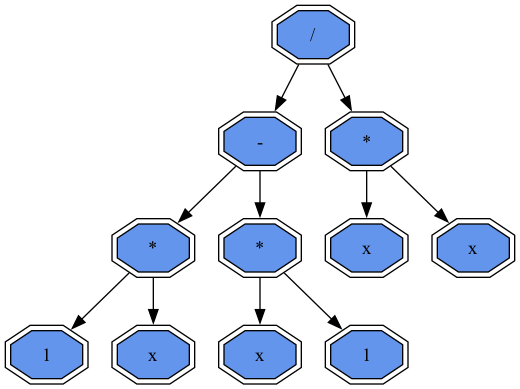
Before: calculated.png, a diagram exported from Graphviz (Pave2005/differential). Its source is kept beside it as calculated.dot. Source of this version:
```dot
digraph G {
node [shape = record];
 6274040700  6274040700 [shape = doubleoctagon, style = filled, fillcolor = cornflowerblue  label = " / "];
6274040700 -> 6274040500
 6274040700 -> 6274040640
 6274040500 [shape = doubleoctagon, style = filled, fillcolor = cornflowerblue  label = " - "];
6274040500 -> 6274040300
 6274040500 -> 6274040440
 6274040300 [shape = doubleoctagon, style = filled, fillcolor = cornflowerblue  label = " * "];
6274040300 -> 6274040200
 6274040300 -> 6274040240
 6274040200 [shape = doubleoctagon, style = filled, fillcolor = cornflowerblue  label = " 1 "];
 6274040240 [shape = doubleoctagon, style = filled, fillcolor = cornflowerblue  label = " x "];
 6274040440 [shape = doubleoctagon, style = filled, fillcolor = cornflowerblue  label = " * "];
6274040440 -> 6274040340
 6274040440 -> 6274040400
 6274040340 [shape = doubleoctagon, style = filled, fillcolor = cornflowerblue  label = " x "];
 6274040400 [shape = doubleoctagon, style = filled, fillcolor = cornflowerblue  label = " 1 "];
 6274040640 [shape = doubleoctagon, style = filled, fillcolor = cornflowerblue  label = " * "];
6274040640 -> 6274040540
 6274040640 -> 6274040600
 6274040540 [shape = doubleoctagon, style = filled, fillcolor = cornflowerblue  label = " x "];
 6274040600 [shape = doubleoctagon, style = filled, fillcolor = cornflowerblue  label = " x "];
}
```
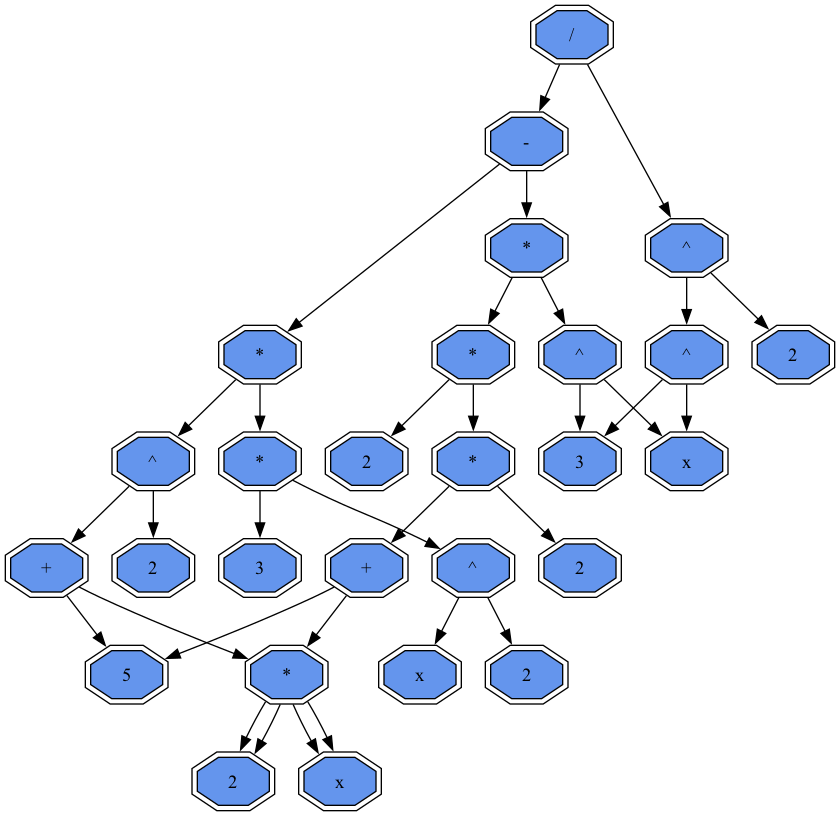
The same diagram one commit later.

The edit, as a diff of the source:
```diff
@@ -1,24 +1,68 @@
 digraph G {
 node [shape = record];
- 6274040700  6274040700 [shape = doubleoctagon, style = filled, fillcolor = cornflowerblue  label = " / "];
-6274040700 -> 6274040500
- 6274040700 -> 6274040640
- 6274040500 [shape = doubleoctagon, style = filled, fillcolor = cornflowerblue  label = " - "];
-6274040500 -> 6274040300
- 6274040500 -> 6274040440
- 6274040300 [shape = doubleoctagon, style = filled, fillcolor = cornflowerblue  label = " * "];
-6274040300 -> 6274040200
- 6274040300 -> 6274040240
- 6274040200 [shape = doubleoctagon, style = filled, fillcolor = cornflowerblue  label = " 1 "];
- 6274040240 [shape = doubleoctagon, style = filled, fillcolor = cornflowerblue  label = " x "];
- 6274040440 [shape = doubleoctagon, style = filled, fillcolor = cornflowerblue  label = " * "];
-6274040440 -> 6274040340
- 6274040440 -> 6274040400
- 6274040340 [shape = doubleoctagon, style = filled, fillcolor = cornflowerblue  label = " x "];
- 6274040400 [shape = doubleoctagon, style = filled, fillcolor = cornflowerblue  label = " 1 "];
- 6274040640 [shape = doubleoctagon, style = filled, fillcolor = cornflowerblue  label = " * "];
-6274040640 -> 6274040540
- 6274040640 -> 6274040600
- 6274040540 [shape = doubleoctagon, style = filled, fillcolor = cornflowerblue  label = " x "];
- 6274040600 [shape = doubleoctagon, style = filled, fillcolor = cornflowerblue  label = " x "];
+ 13334042300  13334042300 [shape = doubleoctagon, style = filled, fillcolor = cornflowerblue  label = " / "];
+13334042300 -> 13334042100
+ 13334042300 -> 13334042240
+ 13334042100 [shape = doubleoctagon, style = filled, fillcolor = cornflowerblue  label = " - "];
+13334042100 -> 13334041300
+ 13334042100 -> 13334042040
+ 13334041300 [shape = doubleoctagon, style = filled, fillcolor = cornflowerblue  label = " * "];
+13334041300 -> 13334041200
+ 13334041300 -> 13334041240
+ 13334041200 [shape = doubleoctagon, style = filled, fillcolor = cornflowerblue  label = " * "];
+13334041200 -> 13334040200
+ 13334041200 -> 13334041140
+ 13334040200 [shape = doubleoctagon, style = filled, fillcolor = cornflowerblue  label = " 2 "];
+ 13334041140 [shape = doubleoctagon, style = filled, fillcolor = cornflowerblue  label = " * "];
+13334041140 -> 13334040440
+ 13334041140 -> 13334041100
+ 13334040440 [shape = doubleoctagon, style = filled, fillcolor = cornflowerblue  label = " + "];
+13334040440 -> 13330057540
+ 13334040440 -> 13330056260
+ 13330057540 [shape = doubleoctagon, style = filled, fillcolor = cornflowerblue  label = " * "];
+13330057540 -> 13330057300
+ 13330057540 -> 13330057340
+ 13330057300 [shape = doubleoctagon, style = filled, fillcolor = cornflowerblue  label = " 2 "];
+ 13330057340 [shape = doubleoctagon, style = filled, fillcolor = cornflowerblue  label = " x "];
+ 13330056260 [shape = doubleoctagon, style = filled, fillcolor = cornflowerblue  label = " 5 "];
+ 13334041100 [shape = doubleoctagon, style = filled, fillcolor = cornflowerblue  label = " 2 "];
+ 13334041240 [shape = doubleoctagon, style = filled, fillcolor = cornflowerblue  label = " ^ "];
+13334041240 -> 13330056420
+ 13334041240 -> 13330056460
+ 13330056420 [shape = doubleoctagon, style = filled, fillcolor = cornflowerblue  label = " x "];
+ 13330056460 [shape = doubleoctagon, style = filled, fillcolor = cornflowerblue  label = " 3 "];
+ 13334042040 [shape = doubleoctagon, style = filled, fillcolor = cornflowerblue  label = " * "];
+13334042040 -> 13334041340
+ 13334042040 -> 13334042000
+ 13334041340 [shape = doubleoctagon, style = filled, fillcolor = cornflowerblue  label = " ^ "];
+13334041340 -> 13330057500
+ 13334041340 -> 13330056320
+ 13330057500 [shape = doubleoctagon, style = filled, fillcolor = cornflowerblue  label = " + "];
+13330057500 -> 13330057540
+ 13330057500 -> 13330056260
+ 13330057540 [shape = doubleoctagon, style = filled, fillcolor = cornflowerblue  label = " * "];
+13330057540 -> 13330057300
+ 13330057540 -> 13330057340
+ 13330057300 [shape = doubleoctagon, style = filled, fillcolor = cornflowerblue  label = " 2 "];
+ 13330057340 [shape = doubleoctagon, style = filled, fillcolor = cornflowerblue  label = " x "];
+ 13330056260 [shape = doubleoctagon, style = filled, fillcolor = cornflowerblue  label = " 5 "];
+ 13330056320 [shape = doubleoctagon, style = filled, fillcolor = cornflowerblue  label = " 2 "];
+ 13334042000 [shape = doubleoctagon, style = filled, fillcolor = cornflowerblue  label = " * "];
+13334042000 -> 13334041400
+ 13334042000 -> 13334041740
+ 13334041400 [shape = doubleoctagon, style = filled, fillcolor = cornflowerblue  label = " 3 "];
+ 13334041740 [shape = doubleoctagon, style = filled, fillcolor = cornflowerblue  label = " ^ "];
+13334041740 -> 13334041440
+ 13334041740 -> 13334041600
+ 13334041440 [shape = doubleoctagon, style = filled, fillcolor = cornflowerblue  label = " x "];
+ 13334041600 [shape = doubleoctagon, style = filled, fillcolor = cornflowerblue  label = " 2 "];
+ 13334042240 [shape = doubleoctagon, style = filled, fillcolor = cornflowerblue  label = " ^ "];
+13334042240 -> 13334042140
+ 13334042240 -> 13334042200
+ 13334042140 [shape = doubleoctagon, style = filled, fillcolor = cornflowerblue  label = " ^ "];
+13334042140 -> 13330056420
+ 13334042140 -> 13330056460
+ 13330056420 [shape = doubleoctagon, style = filled, fillcolor = cornflowerblue  label = " x "];
+ 13330056460 [shape = doubleoctagon, style = filled, fillcolor = cornflowerblue  label = " 3 "];
+ 13334042200 [shape = doubleoctagon, style = filled, fillcolor = cornflowerblue  label = " 2 "];
 }
```
